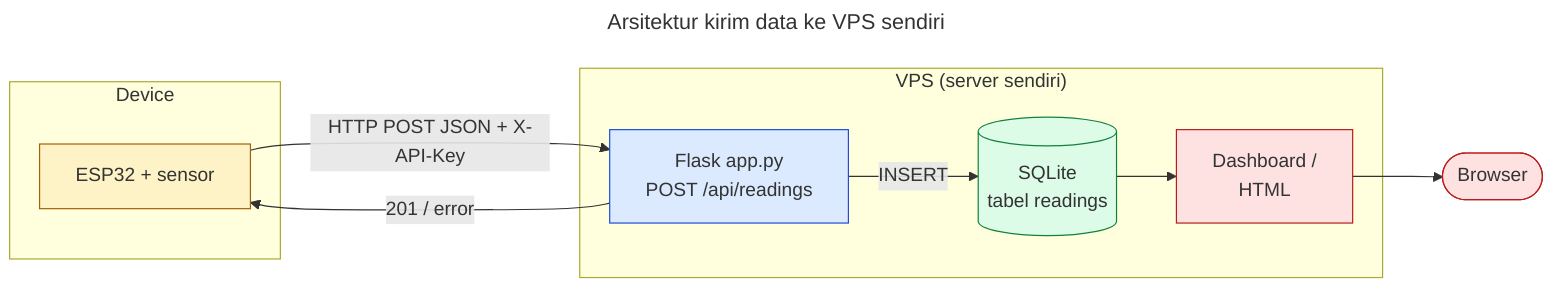
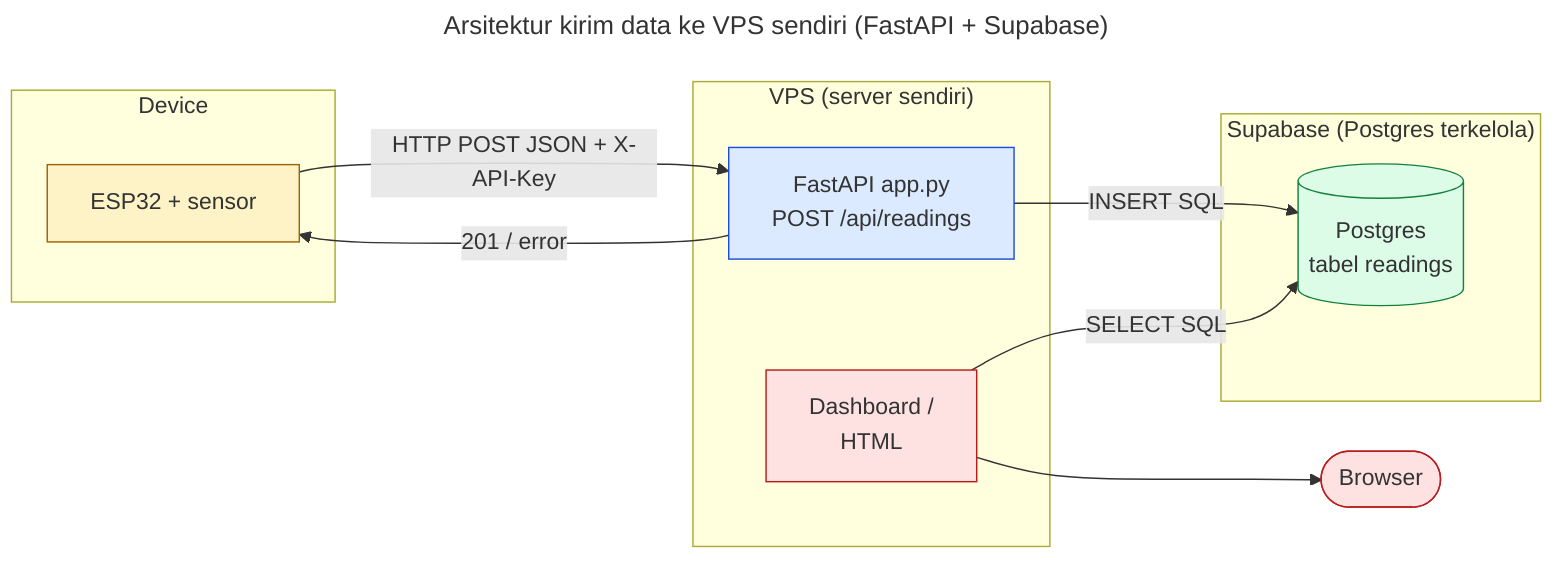
---
- title: Arsitektur kirim data ke VPS sendiri
+ title: Arsitektur kirim data ke VPS sendiri (FastAPI + Supabase)
---
flowchart LR
    subgraph DEV["Device"]
        ESP[ESP32 + sensor]
    end

    subgraph VPS["VPS (server sendiri)"]
-         APP[Flask app.py<br/>POST /api/readings]
-         DB[(SQLite<br/>tabel readings)]
+         APP[FastAPI app.py<br/>POST /api/readings]
        WEB[Dashboard /<br/>HTML]
+     end
+ 
+     subgraph SUPA["Supabase (Postgres terkelola)"]
+         DB[(Postgres<br/>tabel readings)]
    end

    ADMIN([Browser])

    ESP -->|HTTP POST JSON + X-API-Key| APP
-     APP -->|INSERT| DB
-     DB --> WEB
+     APP -->|INSERT SQL| DB
+     WEB -->|SELECT SQL| DB
    WEB --> ADMIN
    APP -->|201 / error| ESP

    classDef mcu fill:#fef3c7,stroke:#a16207
    classDef app fill:#dbeafe,stroke:#1d4ed8
    classDef db fill:#dcfce7,stroke:#15803d
    classDef web fill:#fee2e2,stroke:#b91c1c
    class ESP mcu
    class APP app
    class DB db
    class WEB,ADMIN web
